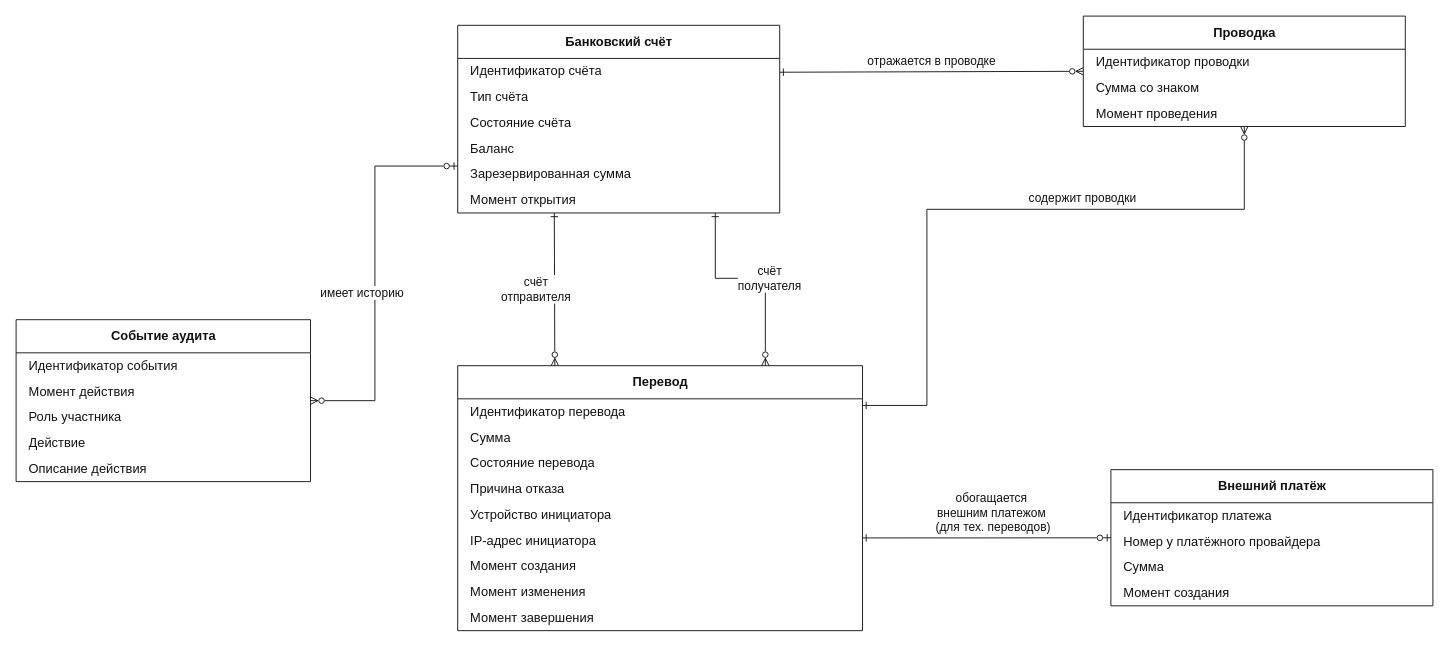
Above: page "Money" (2 of 3) of backend/docs/data-models/source/infologic.drawio in georgeboiko/e-bank (draw.io), before the change. Source tidied: cells renumbered, new cells numbered last; positions are measured from the earlier drawing's top-left corner, leaving out a move shared by most shapes. Both pictures are drawn from the tidied source at 92%, with x=0, y=0 at pixel (16, 16).
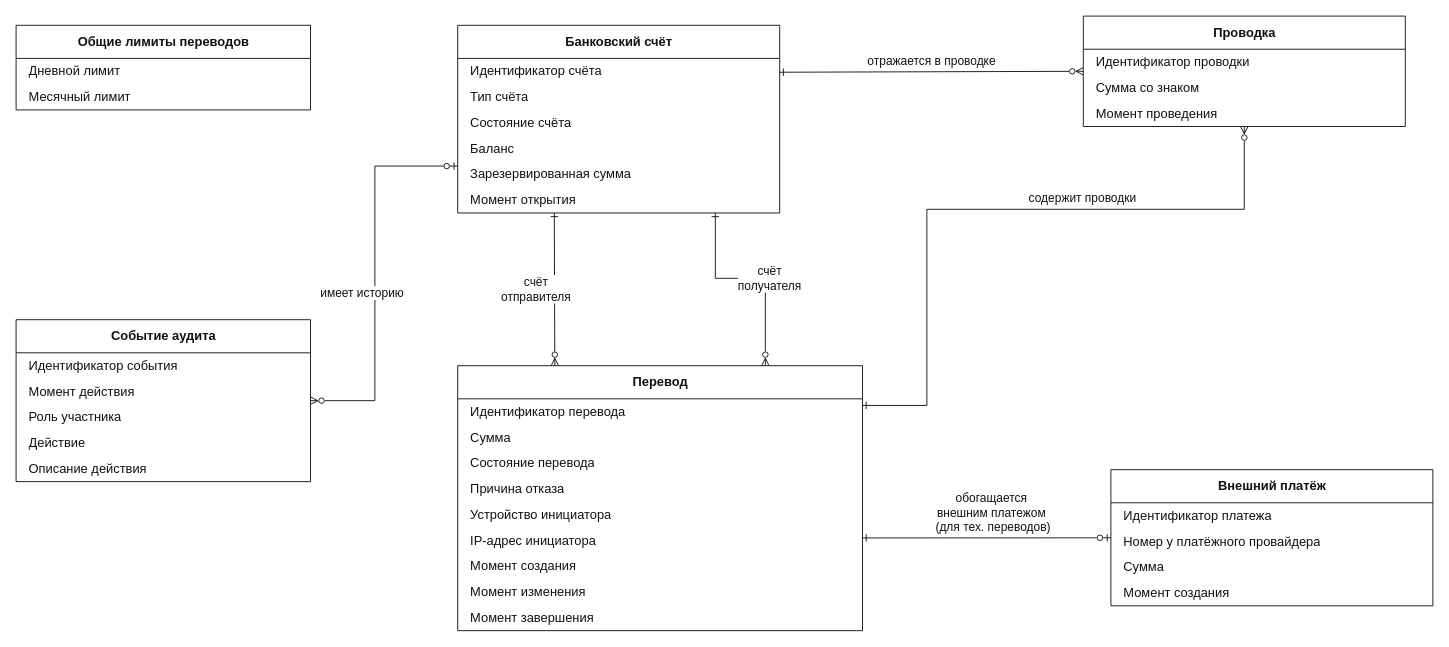
Above is the later version.

Change to the diagram source:
```diff
@@
+    <mxCell id="67" value="Общие лимиты переводов" style="shape=table;startSize=36;childLayout=tableLayout;rowLines=0;fontStyle=1;align=center;html=1;fillColor=#FFFFFF;strokeColor=#111111;fontColor=#111111;fontSize=14;" parent="1" vertex="1">
+      <mxGeometry y="10" width="320" height="92" as="geometry" />
+    </mxCell>
+    <mxCell id="68" style="shape=tableRow;horizontal=0;startSize=0;swimlaneHead=0;swimlaneBody=0;fillColor=none;strokeColor=none;top=0;left=0;right=0;bottom=0;" parent="67" vertex="1">
+      <mxGeometry y="36" width="320" height="28" as="geometry" />
+    </mxCell>
+    <mxCell id="69" value="Дневной лимит" style="shape=partialRectangle;html=1;whiteSpace=wrap;fillColor=none;strokeColor=none;fontColor=#111111;fontSize=14;fontStyle=0;align=left;verticalAlign=middle;spacingLeft=12;top=0;left=0;bottom=0;right=0;overflow=hidden;" parent="68" vertex="1">
+      <mxGeometry width="320" height="28" as="geometry" />
+    </mxCell>
+    <mxCell id="70" style="shape=tableRow;horizontal=0;startSize=0;swimlaneHead=0;swimlaneBody=0;fillColor=none;strokeColor=none;top=0;left=0;right=0;bottom=0;" parent="67" vertex="1">
+      <mxGeometry y="64" width="320" height="28" as="geometry" />
+    </mxCell>
+    <mxCell id="71" value="Месячный лимит" style="shape=partialRectangle;html=1;whiteSpace=wrap;fillColor=none;strokeColor=none;fontColor=#111111;fontSize=14;fontStyle=0;align=left;verticalAlign=middle;spacingLeft=12;top=0;left=0;bottom=0;right=0;overflow=hidden;" parent="70" vertex="1">
+      <mxGeometry width="320" height="28" as="geometry" />
+    </mxCell>
```
